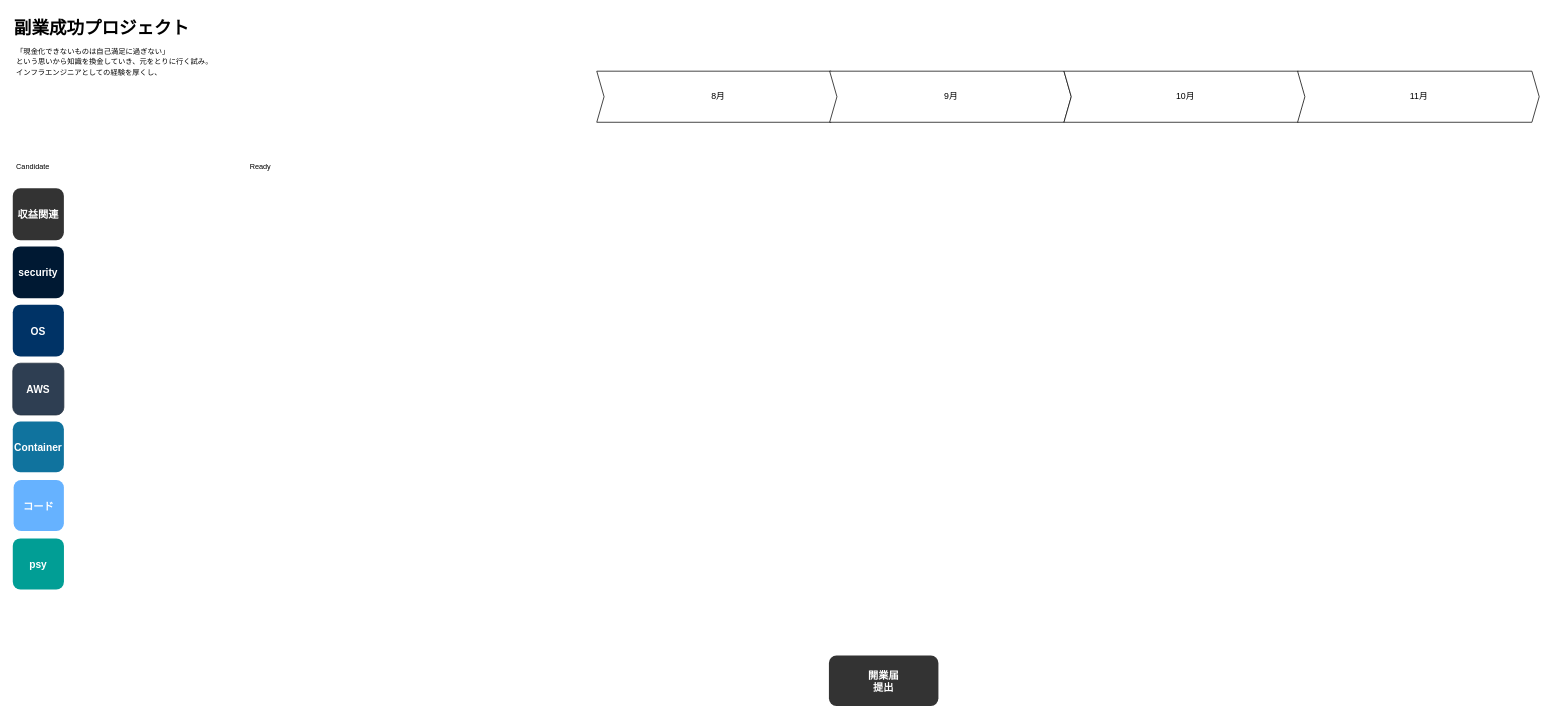
The draw.io diagram page "2024year" (2 of 3) of life/life_202408.drawio in minegishirei/draw_v1, before the edit. Source tidied: cells renumbered, new cells numbered last; positions are measured from the earlier drawing's top-left corner, leaving out a move shared by most shapes. Both pictures are drawn from the tidied source at 73%, with x=0, y=0 at pixel (12, 12).
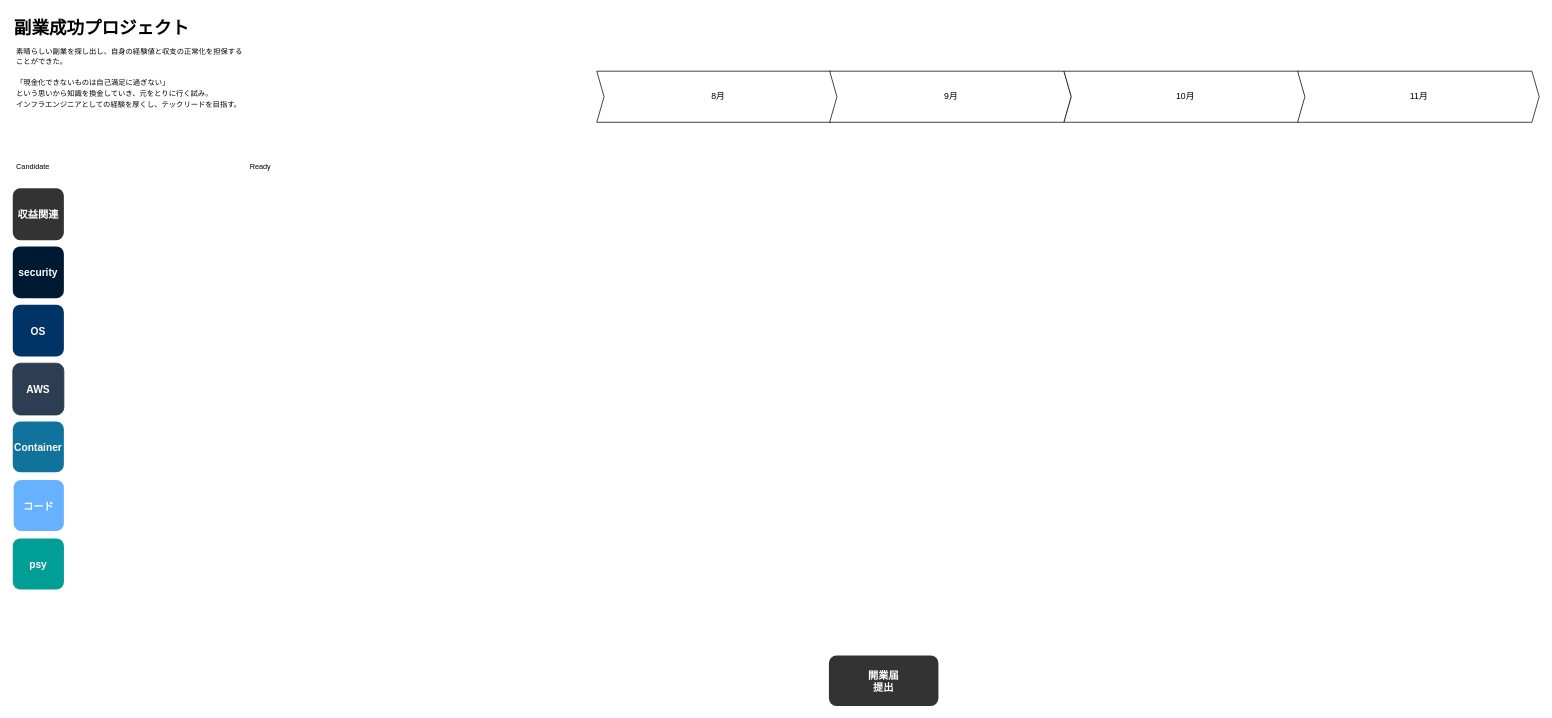
The same page after the edit.

The edit, as a diff of the source:
```diff
@@
 <mxGraphModel>
   <root>
     <mxCell id="0" />
     <mxCell id="1" parent="0" />
     <mxCell id="2" value="8月" style="html=1;shadow=0;dashed=0;align=center;verticalAlign=middle;shape=mxgraph.arrows2.arrow;dy=0;dx=10;notch=10;" parent="1" vertex="1">
       <mxGeometry x="800" y="80" width="331" height="70" as="geometry" />
     </mxCell>
     <mxCell id="3" value="9月" style="html=1;shadow=0;dashed=0;align=center;verticalAlign=middle;shape=mxgraph.arrows2.arrow;dy=0;dx=10;notch=10;" parent="1" vertex="1">
       <mxGeometry x="1119" y="80" width="331" height="70" as="geometry" />
     </mxCell>
     <mxCell id="4" value="10月" style="html=1;shadow=0;dashed=0;align=center;verticalAlign=middle;shape=mxgraph.arrows2.arrow;dy=0;dx=10;notch=10;" parent="1" vertex="1">
       <mxGeometry x="1440" y="80" width="331" height="70" as="geometry" />
     </mxCell>
     <mxCell id="5" value="11月" style="html=1;shadow=0;dashed=0;align=center;verticalAlign=middle;shape=mxgraph.arrows2.arrow;dy=0;dx=10;notch=10;" parent="1" vertex="1">
       <mxGeometry x="1760" y="80" width="331" height="70" as="geometry" />
     </mxCell>
     <mxCell id="6" value="Container" style="rounded=1;fillColor=#10739E;strokeColor=none;shadow=0;gradientColor=none;fontStyle=1;fontColor=#FFFFFF;fontSize=14;" parent="1" vertex="1">
       <mxGeometry y="560" width="70" height="69.5" as="geometry" />
     </mxCell>
-    <mxCell id="7" value="&lt;h1&gt;&lt;/h1&gt;&lt;span style=&quot;background-color: initial;&quot;&gt;&lt;div style=&quot;&quot;&gt;&lt;span style=&quot;font-size: x-small; background-color: initial;&quot;&gt;「現金化できないものは自己満足に過ぎない」&lt;/span&gt;&lt;/div&gt;&lt;div style=&quot;&quot;&gt;&lt;span style=&quot;font-size: x-small; background-color: initial;&quot;&gt;という思いから&lt;/span&gt;&lt;span style=&quot;font-size: x-small; background-color: initial;&quot;&gt;知識を換金していき、元をとりに行く試み。&lt;/span&gt;&lt;/div&gt;&lt;div style=&quot;&quot;&gt;&lt;span style=&quot;font-size: x-small; background-color: initial;&quot;&gt;インフラエンジニアとしての経験を厚くし、&lt;/span&gt;&lt;/div&gt;&lt;div style=&quot;&quot;&gt;&lt;span style=&quot;font-size: x-small; background-color: initial;&quot;&gt;&lt;br&gt;&lt;/span&gt;&lt;/div&gt;&lt;div style=&quot;&quot;&gt;&lt;span style=&quot;font-size: x-small; background-color: initial;&quot;&gt;&lt;br&gt;&lt;/span&gt;&lt;/div&gt;&lt;/span&gt;" style="text;html=1;strokeColor=none;fillColor=none;spacing=5;spacingTop=-20;whiteSpace=wrap;overflow=hidden;rounded=0;shadow=0;" parent="1" vertex="1">
+    <mxCell id="7" value="&lt;h1&gt;&lt;/h1&gt;&lt;span style=&quot;background-color: initial;&quot;&gt;&lt;div style=&quot;&quot;&gt;&lt;font size=&quot;1&quot;&gt;素晴らしい副業を探し出し、自身の経験値と収支の正常化を担保することができた。&lt;/font&gt;&lt;/div&gt;&lt;div style=&quot;&quot;&gt;&lt;font size=&quot;1&quot;&gt;&lt;br&gt;&lt;/font&gt;&lt;/div&gt;&lt;div style=&quot;&quot;&gt;&lt;span style=&quot;font-size: x-small; background-color: initial;&quot;&gt;「現金化できないものは自己満足に過ぎない」&lt;/span&gt;&lt;/div&gt;&lt;div style=&quot;&quot;&gt;&lt;span style=&quot;font-size: x-small; background-color: initial;&quot;&gt;という思いから&lt;/span&gt;&lt;span style=&quot;font-size: x-small; background-color: initial;&quot;&gt;知識を換金していき、元をとりに行く試み。&lt;/span&gt;&lt;/div&gt;&lt;div style=&quot;&quot;&gt;&lt;span style=&quot;font-size: x-small; background-color: initial;&quot;&gt;インフラエンジニアとしての経験を厚くし、テックリードを目指す。&lt;/span&gt;&lt;/div&gt;&lt;div style=&quot;&quot;&gt;&lt;span style=&quot;font-size: x-small; background-color: initial;&quot;&gt;&lt;br&gt;&lt;/span&gt;&lt;/div&gt;&lt;div style=&quot;&quot;&gt;&lt;span style=&quot;font-size: x-small; background-color: initial;&quot;&gt;&lt;br&gt;&lt;/span&gt;&lt;/div&gt;&lt;/span&gt;" style="text;html=1;strokeColor=none;fillColor=none;spacing=5;spacingTop=-20;whiteSpace=wrap;overflow=hidden;rounded=0;shadow=0;" parent="1" vertex="1">
       <mxGeometry y="40" width="320" height="130" as="geometry" />
     </mxCell>
     <mxCell id="8" value="&lt;h1 style=&quot;margin-top: 0px;&quot;&gt;副業成功プロジェクト&lt;/h1&gt;" style="text;html=1;whiteSpace=wrap;overflow=hidden;rounded=0;" parent="1" vertex="1">
       <mxGeometry width="760" height="40" as="geometry" />
     </mxCell>
     <mxCell id="9" value="psy" style="rounded=1;fillColor=#019E95;strokeColor=none;shadow=0;gradientColor=none;fontStyle=1;fontColor=#FFFFFF;fontSize=14;" parent="1" vertex="1">
       <mxGeometry y="720" width="70.1" height="70" as="geometry" />
     </mxCell>
     <mxCell id="10" value="&lt;h1&gt;&lt;/h1&gt;&lt;span style=&quot;background-color: initial;&quot;&gt;&lt;div style=&quot;&quot;&gt;&lt;font size=&quot;1&quot;&gt;Ready&lt;/font&gt;&lt;/div&gt;&lt;/span&gt;" style="text;html=1;strokeColor=none;fillColor=none;spacing=5;spacingTop=-20;whiteSpace=wrap;overflow=hidden;rounded=0;shadow=0;" parent="1" vertex="1">
       <mxGeometry x="320" y="198" width="320" height="41" as="geometry" />
     </mxCell>
     <mxCell id="11" value="&lt;h1&gt;&lt;/h1&gt;&lt;span style=&quot;background-color: initial;&quot;&gt;&lt;div style=&quot;&quot;&gt;&lt;font size=&quot;1&quot;&gt;Candidate&lt;/font&gt;&lt;/div&gt;&lt;/span&gt;" style="text;html=1;strokeColor=none;fillColor=none;spacing=5;spacingTop=-20;whiteSpace=wrap;overflow=hidden;rounded=0;shadow=0;" parent="1" vertex="1">
       <mxGeometry y="198" width="320" height="41" as="geometry" />
     </mxCell>
     <mxCell id="12" value="開業届&#10;提出" style="rounded=1;fillColor=#333333;strokeColor=none;shadow=0;gradientColor=none;fontStyle=1;fontColor=#FFFFFF;fontSize=14;" parent="1" vertex="1">
       <mxGeometry x="1118" y="880.5" width="150" height="69" as="geometry" />
     </mxCell>
     <mxCell id="13" value="コード" style="rounded=1;fillColor=#66B2FF;strokeColor=none;shadow=0;gradientColor=none;fontStyle=1;fontColor=#FFFFFF;fontSize=14;" parent="1" vertex="1">
       <mxGeometry x="1.2" y="640" width="68.8" height="70" as="geometry" />
     </mxCell>
     <mxCell id="14" value="収益関連" style="rounded=1;fillColor=#333333;strokeColor=none;shadow=0;gradientColor=none;fontStyle=1;fontColor=#FFFFFF;fontSize=14;" parent="1" vertex="1">
       <mxGeometry y="240.5" width="70" height="71" as="geometry" />
     </mxCell>
     <mxCell id="15" value="OS" style="rounded=1;fillColor=#003366;strokeColor=none;shadow=0;gradientColor=none;fontStyle=1;fontColor=#FFFFFF;fontSize=14;" parent="1" vertex="1">
       <mxGeometry y="399.8" width="70" height="71.2" as="geometry" />
     </mxCell>
     <mxCell id="16" value="AWS" style="rounded=1;fillColor=#2E3E52;strokeColor=#232F3E;shadow=0;gradientColor=none;fontStyle=1;fontColor=#FFFFFF;fontSize=14;" parent="1" vertex="1">
       <mxGeometry y="480" width="70" height="71" as="geometry" />
     </mxCell>
     <mxCell id="17" value="security" style="rounded=1;fillColor=#001933;strokeColor=none;shadow=0;gradientColor=none;fontStyle=1;fontColor=#FFFFFF;fontSize=14;" parent="1" vertex="1">
       <mxGeometry y="320" width="70" height="71.2" as="geometry" />
     </mxCell>
   </root>
 </mxGraphModel>
```
